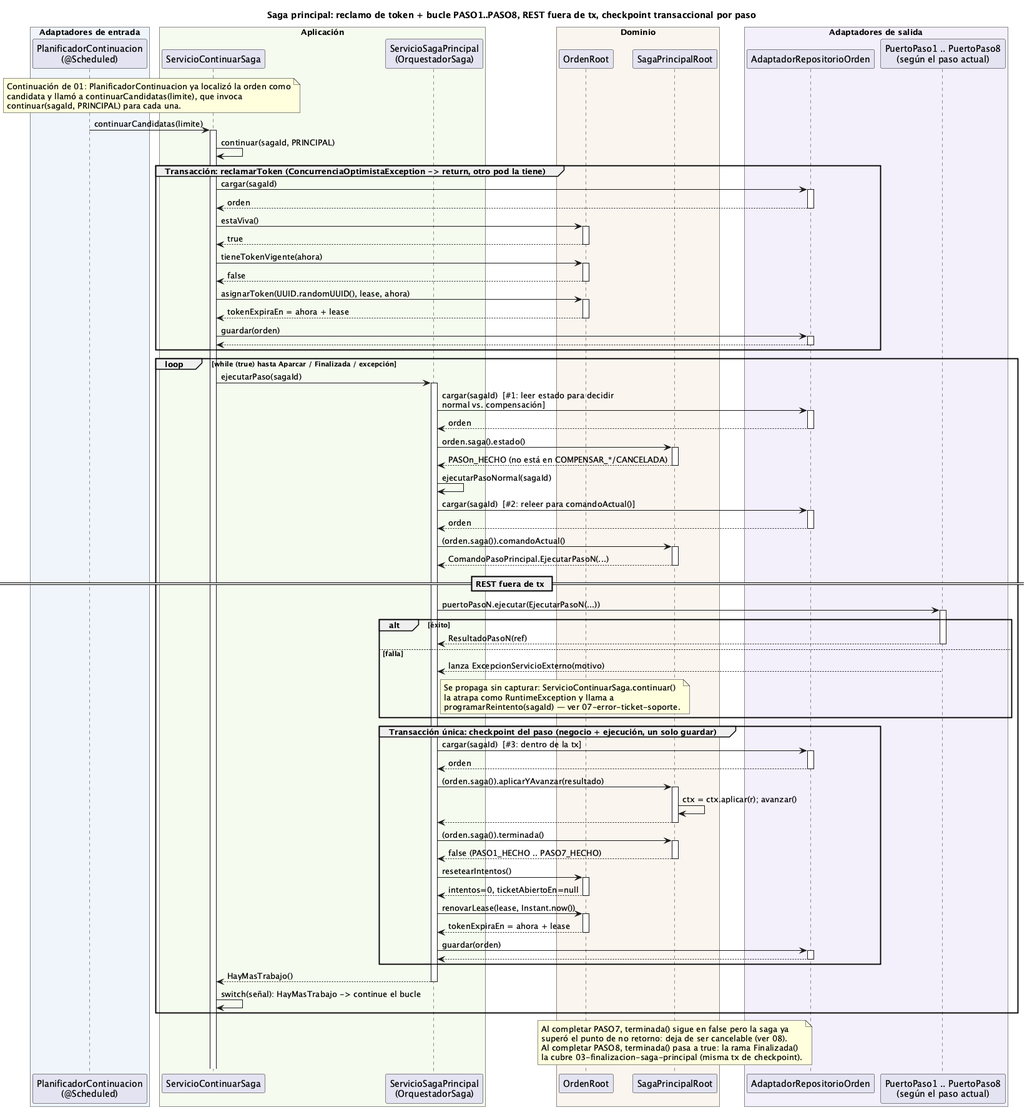
ralcazar/patrones keeps this PlantUML diagram as order-manager/docs/02-pasos-saga-principal.png. Above is the earlier version.
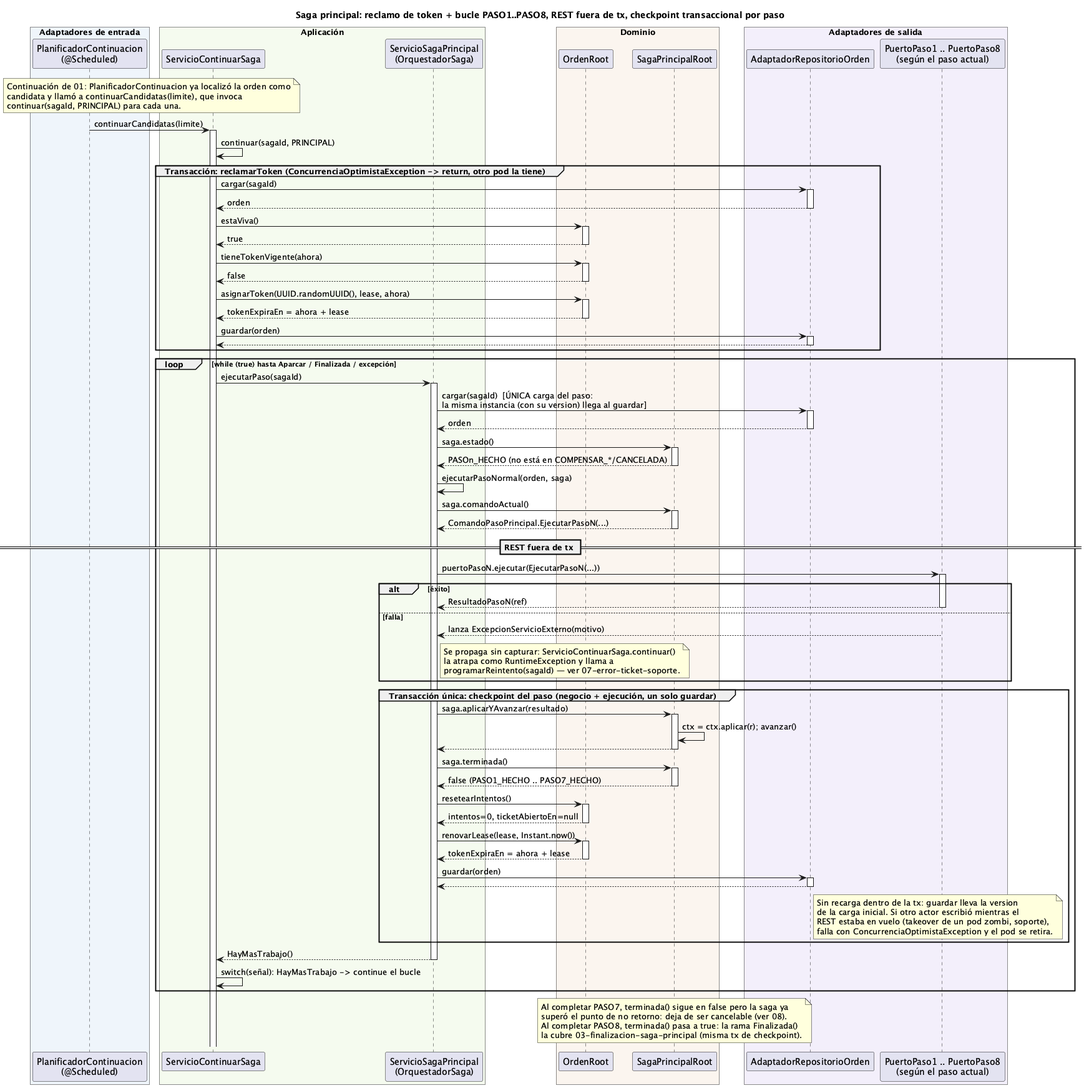
Above is the later version.

What changed in the source:
```diff
@@ -42,14 +42,12 @@
 loop while (true) hasta Aparcar / Finalizada / excepción
   CONT -> ORQ ++ : ejecutarPaso(sagaId)
 
-  ORQ -> REPO ++ : cargar(sagaId)  [#1: leer estado para decidir\nnormal vs. compensación]
+  ORQ -> REPO ++ : cargar(sagaId)  [ÚNICA carga del paso:\nla misma instancia (con su version) llega al guardar]
   return orden
-  ORQ -> SAGA ++ : orden.saga().estado()
+  ORQ -> SAGA ++ : saga.estado()
   return PASOn_HECHO (no está en COMPENSAR_*/CANCELADA)
-  ORQ -> ORQ : ejecutarPasoNormal(sagaId)
-  ORQ -> REPO ++ : cargar(sagaId)  [#2: releer para comandoActual()]
-  return orden
-  ORQ -> SAGA ++ : (orden.saga()).comandoActual()
+  ORQ -> ORQ : ejecutarPasoNormal(orden, saga)
+  ORQ -> SAGA ++ : saga.comandoActual()
   return ComandoPasoPrincipal.EjecutarPasoN(...)
 
   == REST fuera de tx ==
@@ -66,12 +64,10 @@
   end
 
   group Transacción única: checkpoint del paso (negocio + ejecución, un solo guardar)
-    ORQ -> REPO ++ : cargar(sagaId)  [#3: dentro de la tx]
-    return orden
-    ORQ -> SAGA ++ : (orden.saga()).aplicarYAvanzar(resultado)
+    ORQ -> SAGA ++ : saga.aplicarYAvanzar(resultado)
     SAGA -> SAGA : ctx = ctx.aplicar(r); avanzar()
     return
-    ORQ -> SAGA ++ : (orden.saga()).terminada()
+    ORQ -> SAGA ++ : saga.terminada()
     return false (PASO1_HECHO .. PASO7_HECHO)
     ORQ -> ORDEN ++ : resetearIntentos()
     return intentos=0, ticketAbiertoEn=null
@@ -79,6 +75,12 @@
     return tokenExpiraEn = ahora + lease
     ORQ -> REPO ++ : guardar(orden)
     return
+    note right of REPO
+      Sin recarga dentro de la tx: guardar lleva la version
+      de la carga inicial. Si otro actor escribió mientras el
+      REST estaba en vuelo (takeover de un pod zombi, soporte),
+      falla con ConcurrenciaOptimistaException y el pod se retira.
+    end note
   end
   return HayMasTrabajo()
   CONT -> CONT : switch(señal): HayMasTrabajo -> continue el bucle
```
